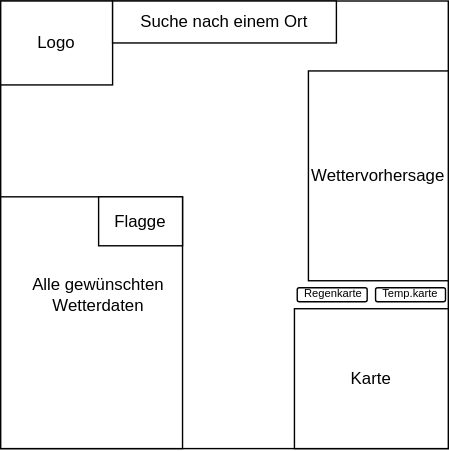
Before: Organisation/Wireframe-UserInterface.svg, a diagram exported from draw.io (Luc-Wshr/DHBW-Python-WeatherApp). Source tidied: cells renumbered, new cells last; positions are measured from the earlier drawing's top-left corner, leaving out a move shared by most shapes.
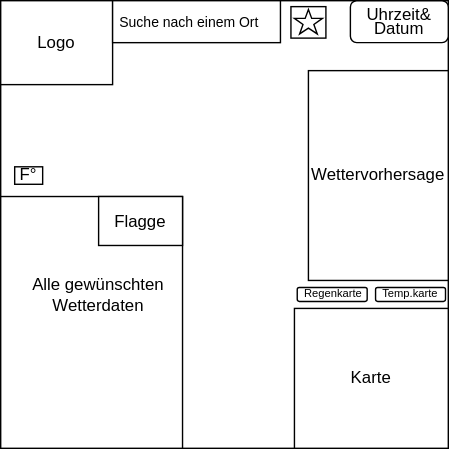
The same diagram one commit later.

What changed in the source:
```diff
@@ -9,10 +9,10 @@
       <mxGeometry width="80" height="60" as="geometry" />
     </mxCell>
     <mxCell id="4" style="rounded=0;whiteSpace=wrap;html=1;" parent="1" vertex="1">
-      <mxGeometry x="80" width="160" height="30" as="geometry" />
+      <mxGeometry x="80" width="120" height="30" as="geometry" />
     </mxCell>
-    <mxCell id="5" value="Suche nach einem Ort" style="text;html=1;strokeColor=none;fillColor=none;align=center;verticalAlign=middle;whiteSpace=wrap;rounded=0;" parent="1" vertex="1">
-      <mxGeometry x="80" width="160" height="30" as="geometry" />
+    <mxCell id="5" value="&lt;font style=&quot;font-size: 10px&quot;&gt;Suche nach einem Ort&lt;/font&gt;" style="text;html=1;strokeColor=none;fillColor=none;align=center;verticalAlign=middle;whiteSpace=wrap;rounded=0;" parent="1" vertex="1">
+      <mxGeometry x="80" width="110" height="30" as="geometry" />
     </mxCell>
     <mxCell id="6" style="rounded=0;whiteSpace=wrap;html=1;" parent="1" vertex="1">
       <mxGeometry x="210" y="220" width="110" height="100" as="geometry" />
@@ -53,5 +53,23 @@
     <mxCell id="18" value="Logo" style="text;html=1;strokeColor=none;fillColor=none;align=center;verticalAlign=middle;whiteSpace=wrap;rounded=0;" parent="1" vertex="1">
       <mxGeometry x="20" y="20" width="40" height="20" as="geometry" />
     </mxCell>
+    <mxCell id="19" style="rounded=1;whiteSpace=wrap;html=1;" parent="1" vertex="1">
+      <mxGeometry x="250" width="70" height="30" as="geometry" />
+    </mxCell>
+    <mxCell id="20" value="Datum" style="text;html=1;strokeColor=none;fillColor=none;align=center;verticalAlign=middle;whiteSpace=wrap;rounded=0;" parent="1" vertex="1">
+      <mxGeometry x="265" y="10" width="40" height="20" as="geometry" />
+    </mxCell>
+    <mxCell id="21" value="Uhrzeit&amp;amp;" style="text;html=1;strokeColor=none;fillColor=none;align=center;verticalAlign=middle;whiteSpace=wrap;rounded=0;" parent="1" vertex="1">
+      <mxGeometry x="265" width="40" height="20" as="geometry" />
+    </mxCell>
+    <mxCell id="22" value="F°" style="rounded=0;whiteSpace=wrap;html=1;" parent="1" vertex="1">
+      <mxGeometry x="10" y="118.8" width="20" height="12.5" as="geometry" />
+    </mxCell>
+    <mxCell id="23" style="rounded=0;whiteSpace=wrap;html=1;" parent="1" vertex="1">
+      <mxGeometry x="207.5" y="4.2" width="25" height="22.5" as="geometry" />
+    </mxCell>
+    <mxCell id="24" style="verticalLabelPosition=bottom;verticalAlign=top;html=1;shape=mxgraph.basic.star;" parent="1" vertex="1">
+      <mxGeometry x="210" y="6.2" width="20" height="17.5" as="geometry" />
+    </mxCell>
   </root>
 </mxGraphModel>
```
